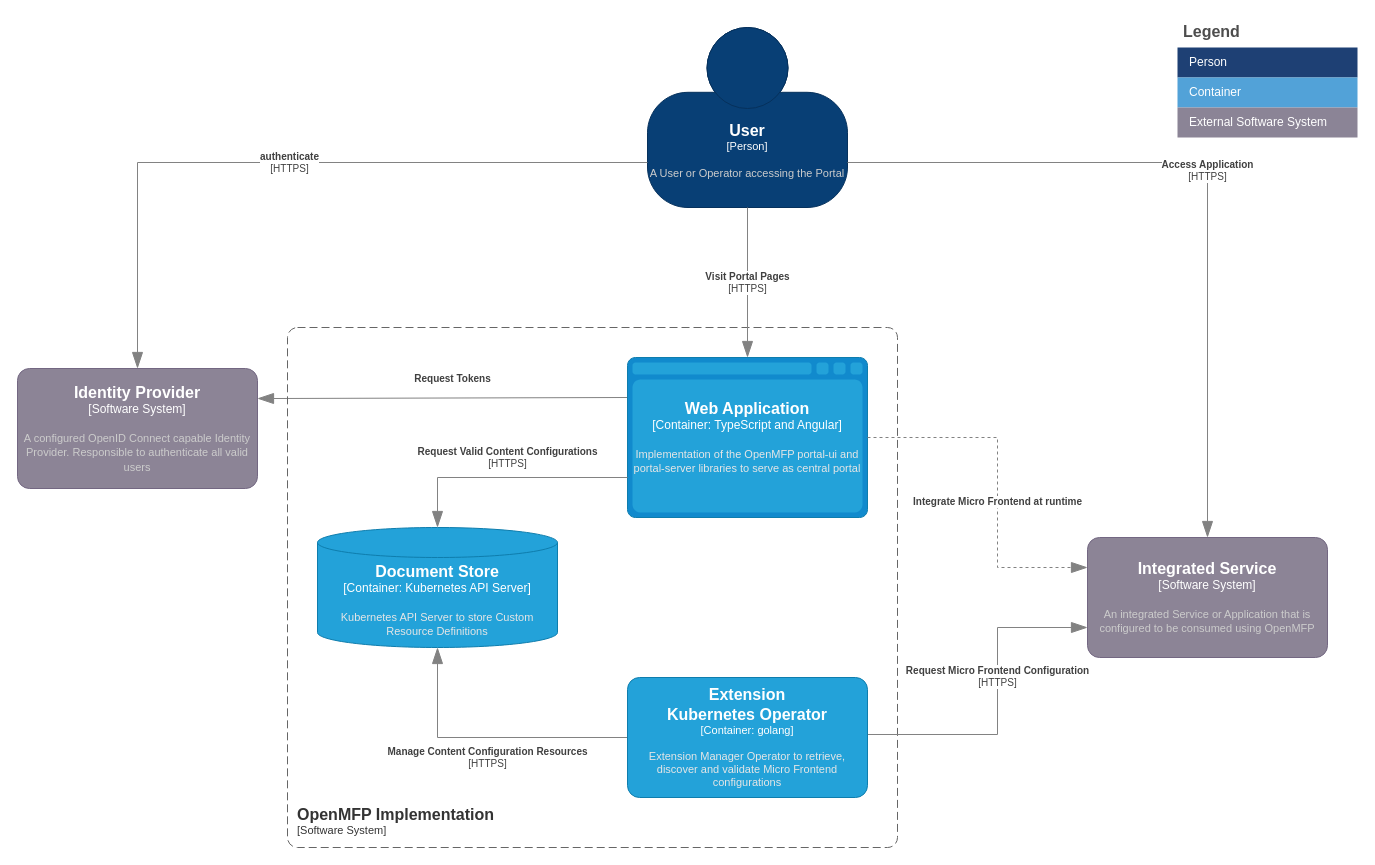
The draw.io diagram page "v0-container-diagram" (2 of 4) of diagrams/openmfp-c4.drawio in openmfp/architecture, before the edit. Source tidied: cells renumbered, new cells numbered last; positions are measured from the earlier drawing's top-left corner, leaving out a move shared by most shapes. Both pictures are drawn from the tidied source at 100%, with x=0, y=0 at pixel (17, 17).
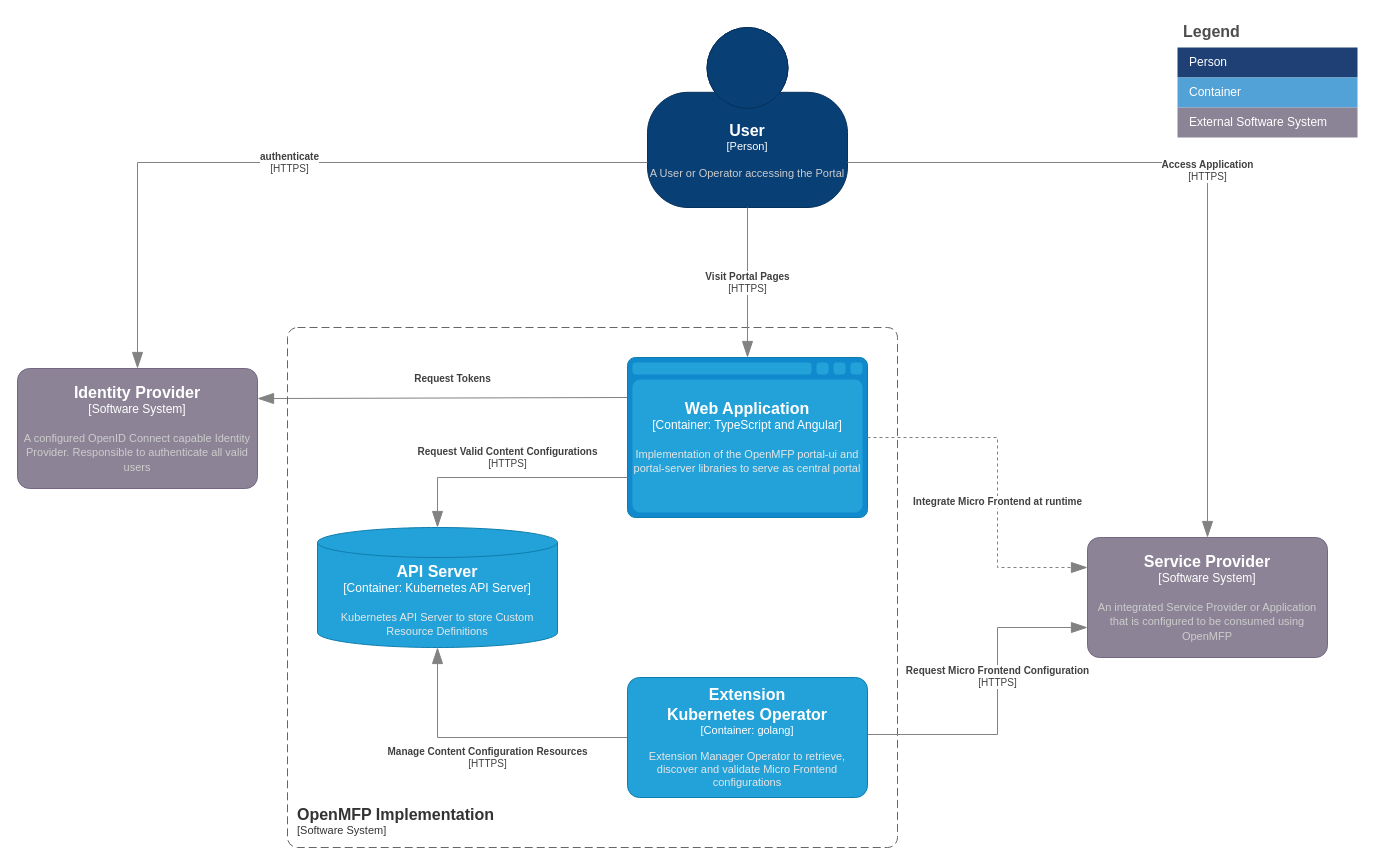
The same page after the edit.

Change to the diagram source:
```diff
@@
-    <object id="2" label="&lt;font style=&quot;font-size: 16px&quot;&gt;&lt;b&gt;%c4Name%&lt;/b&gt;&lt;/font&gt;&lt;div&gt;[%c4Type%]&lt;/div&gt;&lt;br&gt;&lt;div&gt;&lt;font style=&quot;font-size: 11px&quot;&gt;&lt;font color=&quot;#cccccc&quot;&gt;%c4Description%&lt;/font&gt;&lt;/div&gt;" c4Description="An integrated Service or Application that is configured to be consumed using OpenMFP" c4Name="Integrated Service" c4Type="Software System" placeholders="1">
+    <object id="2" label="&lt;font style=&quot;font-size: 16px&quot;&gt;&lt;b&gt;%c4Name%&lt;/b&gt;&lt;/font&gt;&lt;div&gt;[%c4Type%]&lt;/div&gt;&lt;br&gt;&lt;div&gt;&lt;font style=&quot;font-size: 11px&quot;&gt;&lt;font color=&quot;#cccccc&quot;&gt;%c4Description%&lt;/font&gt;&lt;/div&gt;" c4Description="An integrated Service Provider or Application that is configured to be consumed using OpenMFP" c4Name="Service Provider" c4Type="Software System" placeholders="1">
       <mxCell style="rounded=1;whiteSpace=wrap;html=1;labelBackgroundColor=none;fillColor=#8C8496;fontColor=#ffffff;align=center;arcSize=10;strokeColor=#736782;points=[[0.25,0,0],[0.5,0,0],[0.75,0,0],[1,0.25,0],[1,0.5,0],[1,0.75,0],[0.75,1,0],[0.5,1,0],[0.25,1,0],[0,0.75,0],[0,0.5,0],[0,0.25,0]];" parent="1" vertex="1">
         <mxGeometry x="1070" y="520" width="240" height="120" as="geometry" />
       </mxCell>
     </object>
@@
-    <object id="14" label="&lt;font style=&quot;font-size: 16px&quot;&gt;&lt;b&gt;%c4Name%&lt;/b&gt;&lt;/font&gt;&lt;div&gt;[%c4Type%:&amp;nbsp;%c4Technology%]&lt;/div&gt;&lt;br&gt;&lt;div&gt;&lt;font style=&quot;font-size: 11px&quot;&gt;&lt;font color=&quot;#E6E6E6&quot;&gt;%c4Description%&lt;/font&gt;&lt;/div&gt;" c4Description="Kubernetes API Server to store Custom Resource Definitions" c4Name="Document Store" c4Technology="Kubernetes API Server" c4Type="Container" placeholders="1">
+    <object id="14" label="&lt;font style=&quot;font-size: 16px&quot;&gt;&lt;b&gt;%c4Name%&lt;/b&gt;&lt;/font&gt;&lt;div&gt;[%c4Type%:&amp;nbsp;%c4Technology%]&lt;/div&gt;&lt;br&gt;&lt;div&gt;&lt;font style=&quot;font-size: 11px&quot;&gt;&lt;font color=&quot;#E6E6E6&quot;&gt;%c4Description%&lt;/font&gt;&lt;/div&gt;" c4Description="Kubernetes API Server to store Custom Resource Definitions" c4Name="API Server" c4Technology="Kubernetes API Server" c4Type="Container" placeholders="1">
       <mxCell style="shape=cylinder3;size=15;whiteSpace=wrap;html=1;boundedLbl=1;rounded=0;labelBackgroundColor=none;fillColor=#23A2D9;fontSize=12;fontColor=#ffffff;align=center;strokeColor=#0E7DAD;points=[[0.5,0,0],[1,0.25,0],[1,0.5,0],[1,0.75,0],[0.5,1,0],[0,0.75,0],[0,0.5,0],[0,0.25,0]];" parent="1" vertex="1">
         <mxGeometry x="300" y="510" width="240" height="120" as="geometry" />
       </mxCell>
     </object>
```
